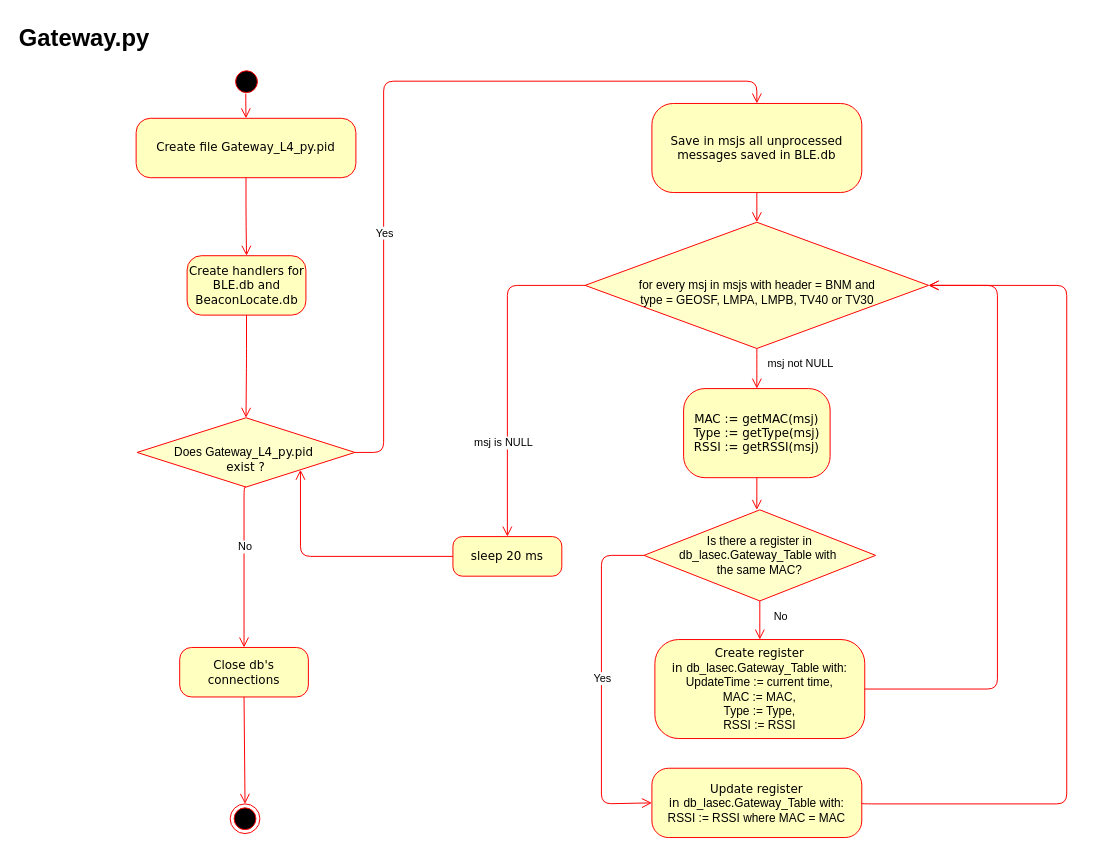
This is Gateway_py.drawio from CesarRodriguez14/Tag_Vehiculo_4_0_Diagramas, a draw.io file, before an edit. Source tidied: cells renumbered, new cells numbered last; positions are measured from the earlier drawing's top-left corner, leaving out a move shared by most shapes. Both pictures are drawn from the tidied source at 99%, with x=0, y=0 at pixel (17, 17).
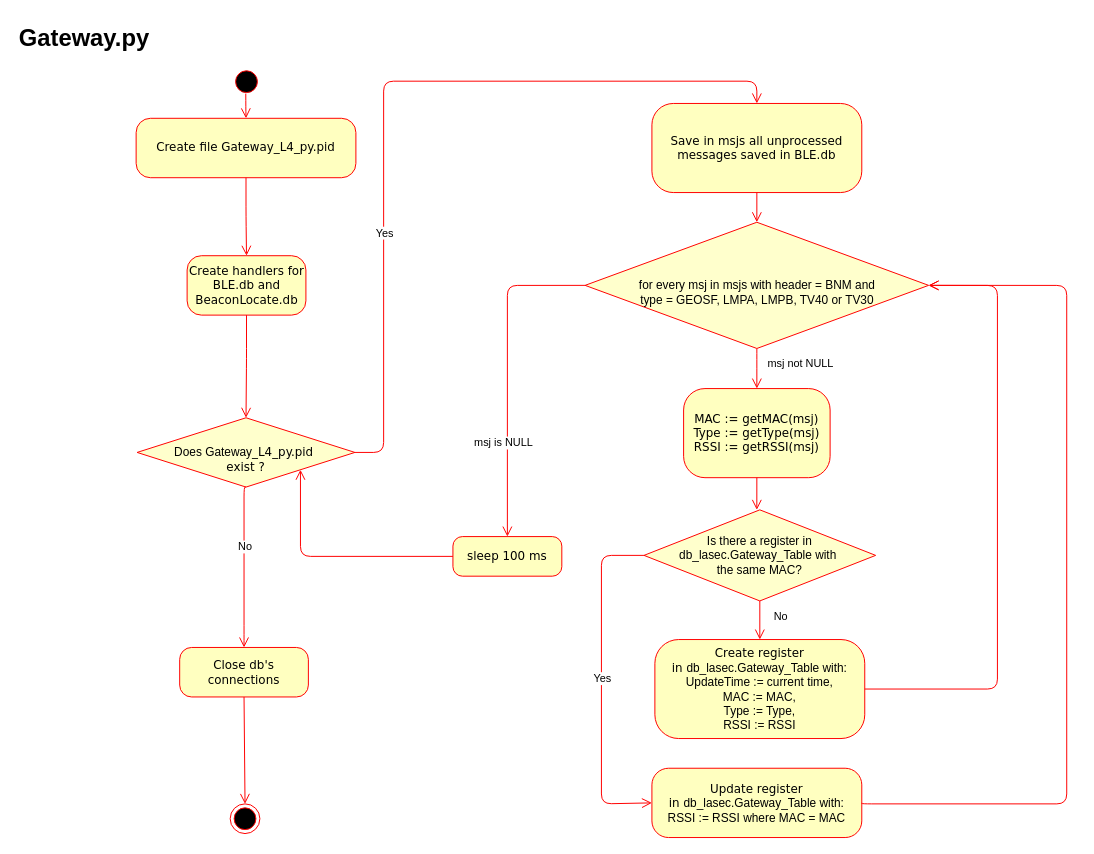
The same page after the edit.

The edit, as a diff of the source:
```diff
@@
-    <mxCell id="27" value="sleep 20 ms" style="rounded=1;whiteSpace=wrap;html=1;arcSize=24;fillColor=#ffffc0;strokeColor=#ff0000;shadow=0;comic=0;labelBackgroundColor=none;fontFamily=Verdana;fontSize=12;fontColor=#000000;align=center;" parent="1" vertex="1">
+    <mxCell id="27" value="sleep 100 ms" style="rounded=1;whiteSpace=wrap;html=1;arcSize=24;fillColor=#ffffc0;strokeColor=#ff0000;shadow=0;comic=0;labelBackgroundColor=none;fontFamily=Verdana;fontSize=12;fontColor=#000000;align=center;" parent="1" vertex="1">
       <mxGeometry x="440" y="524.5" width="110" height="40" as="geometry" />
     </mxCell>
```
